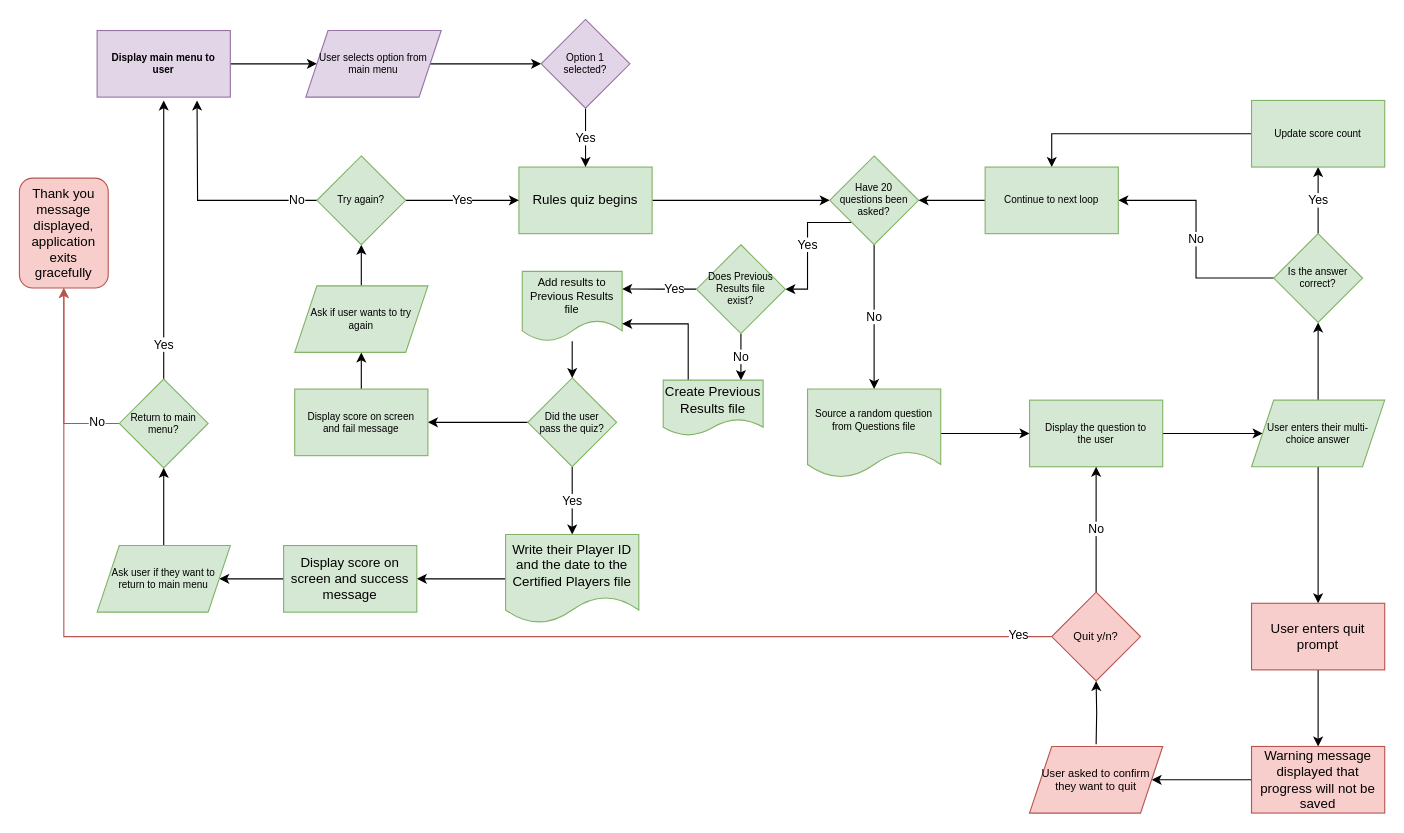
Earlier version of the draw.io diagram page "Page-2" (2 of 2) of docs/T1A3 Flowchart.drawio (katielock92/CA-T1A3). Source tidied: cells renumbered, new cells numbered last; positions are measured from the earlier drawing's top-left corner, leaving out a move shared by most shapes. Both pictures are drawn from the tidied source at 111%, with x=0, y=0 at pixel (19, 19).
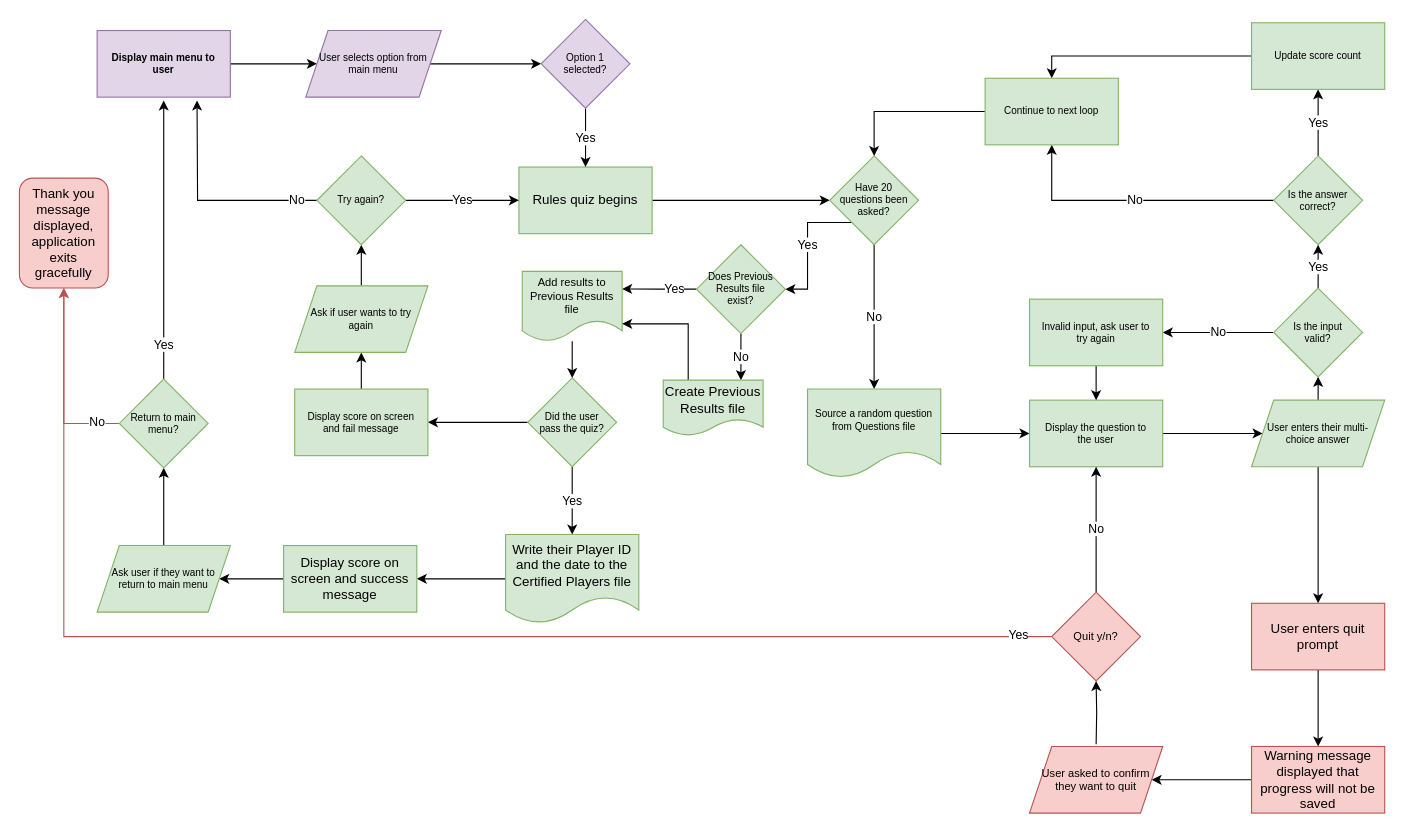
The same diagram, later.

Unchanged cells that the change refers to:
```xml
<mxCell id="13" value="Display the question to the user" style="whiteSpace=wrap;html=1;fontSize=9;fillColor=#d5e8d4;strokeColor=#82b366;spacingLeft=6;spacingBottom=6;spacingTop=6;spacingRight=6;" parent="1" vertex="1">
  <mxGeometry x="910" y="343" width="120" height="60" as="geometry" />
</mxCell>
<mxCell id="16" value="User enters their multi-choice answer" style="shape=parallelogram;perimeter=parallelogramPerimeter;whiteSpace=wrap;html=1;fixedSize=1;fontSize=9;fillColor=#d5e8d4;strokeColor=#82b366;spacingLeft=6;spacingBottom=6;spacingTop=6;spacingRight=6;" parent="1" vertex="1">
  <mxGeometry x="1110" y="343" width="120" height="60" as="geometry" />
</mxCell>
```

Diff of the diagram source:
```diff
@@
-    <mxCell id="14" style="edgeStyle=orthogonalEdgeStyle;rounded=0;jettySize=auto;html=1;" parent="1" edge="1" source="16" target="19">
-      <mxGeometry relative="1" as="geometry" />
-    </mxCell>
@@
+    <mxCell id="63" style="edgeStyle=orthogonalEdgeStyle;rounded=0;jettySize=auto;html=1;" parent="1" edge="1" source="16" target="66">
+      <mxGeometry relative="1" as="geometry" />
+    </mxCell>
@@
     <mxCell id="19" value="Is the answer correct?" style="rhombus;whiteSpace=wrap;html=1;fontSize=9;fillColor=#d5e8d4;strokeColor=#82b366;spacingLeft=6;spacingBottom=6;spacingTop=6;spacingRight=6;" parent="1" vertex="1">
-      <mxGeometry x="1130" y="193" width="80" height="80" as="geometry" />
+      <mxGeometry x="1130" y="123" width="80" height="80" as="geometry" />
     </mxCell>
@@
     <mxCell id="21" value="Update score count" style="whiteSpace=wrap;html=1;fontSize=9;fillColor=#d5e8d4;strokeColor=#82b366;spacingLeft=6;spacingBottom=6;spacingTop=6;spacingRight=6;" parent="1" vertex="1">
-      <mxGeometry x="1110" y="73" width="120" height="60" as="geometry" />
+      <mxGeometry x="1110" y="3" width="120" height="60" as="geometry" />
     </mxCell>
@@
     <mxCell id="23" value="Continue to next loop" style="whiteSpace=wrap;html=1;fontSize=9;fillColor=#d5e8d4;strokeColor=#82b366;spacingLeft=6;spacingBottom=6;spacingTop=6;spacingRight=6;" parent="1" vertex="1">
-      <mxGeometry x="870" y="133" width="120" height="60" as="geometry" />
+      <mxGeometry x="870" y="53" width="120" height="60" as="geometry" />
     </mxCell>
@@
+    <mxCell id="64" value="Yes" style="edgeStyle=orthogonalEdgeStyle;rounded=0;jettySize=auto;html=1;" parent="1" edge="1" source="66" target="19">
+      <mxGeometry relative="1" as="geometry" />
+    </mxCell>
+    <mxCell id="65" value="No" style="edgeStyle=orthogonalEdgeStyle;rounded=0;jettySize=auto;html=1;" parent="1" edge="1" source="66" target="68">
+      <mxGeometry relative="1" as="geometry" />
+    </mxCell>
+    <mxCell id="66" value="Is the input valid?" style="rhombus;whiteSpace=wrap;html=1;fontSize=9;fillColor=#d5e8d4;strokeColor=#82b366;spacingLeft=6;spacingBottom=6;spacingTop=6;spacingRight=6;" parent="1" vertex="1">
+      <mxGeometry x="1130" y="242" width="80" height="80" as="geometry" />
+    </mxCell>
+    <mxCell id="67" style="edgeStyle=orthogonalEdgeStyle;rounded=0;jettySize=auto;html=1;" parent="1" edge="1" source="68" target="13">
+      <mxGeometry relative="1" as="geometry" />
+    </mxCell>
+    <mxCell id="68" value="Invalid input, ask user to try again" style="whiteSpace=wrap;html=1;fontSize=9;fillColor=#d5e8d4;strokeColor=#82b366;spacingLeft=6;spacingBottom=6;spacingTop=6;spacingRight=6;" parent="1" vertex="1">
+      <mxGeometry x="910" y="252" width="120" height="60" as="geometry" />
+    </mxCell>
```
